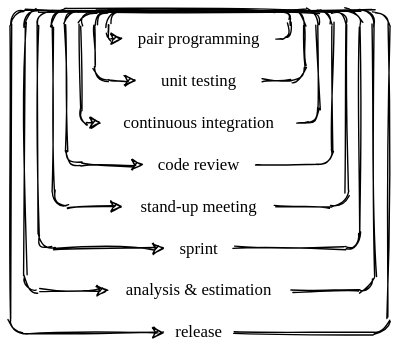
Above: src/process/feedback-loops.svg in gvwilson/buildtogether.tech (draw.io), before the change. Source tidied: cells renumbered, new cells last; positions are measured from the earlier drawing's top-left corner, leaving out a move shared by most shapes.
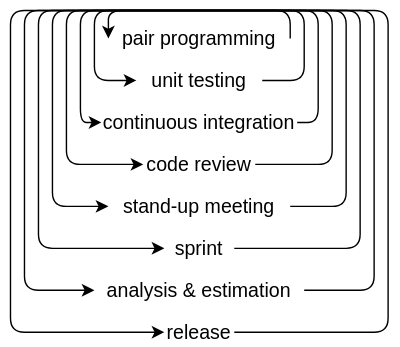
Later version of the same file.

Diff of the diagram source:
```diff
@@ -2,31 +2,31 @@
   <root>
     <mxCell id="0" />
     <mxCell id="1" parent="0" />
-    <mxCell id="2" value="pair programming" style="text;html=1;strokeColor=none;fillColor=none;align=center;verticalAlign=middle;whiteSpace=wrap;rounded=0;fontFamily=Comic Sans MS;" parent="1" vertex="1">
-      <mxGeometry x="80" y="10" width="110" height="20" as="geometry" />
+    <mxCell id="2" value="pair programming" style="text;html=1;strokeColor=none;fillColor=none;align=center;verticalAlign=middle;whiteSpace=wrap;rounded=0;fontFamily=Helvetica;fontSize=14;" parent="1" vertex="1">
+      <mxGeometry x="70" y="10" width="130" height="20" as="geometry" />
     </mxCell>
-    <mxCell id="3" value="unit testing" style="text;html=1;strokeColor=none;fillColor=none;align=center;verticalAlign=middle;whiteSpace=wrap;rounded=0;fontFamily=Comic Sans MS;" parent="1" vertex="1">
+    <mxCell id="3" value="unit testing" style="text;html=1;strokeColor=none;fillColor=none;align=center;verticalAlign=middle;whiteSpace=wrap;rounded=0;fontFamily=Helvetica;fontSize=14;" parent="1" vertex="1">
       <mxGeometry x="90" y="40" width="90" height="20" as="geometry" />
     </mxCell>
-    <mxCell id="4" value="continuous integration" style="text;html=1;strokeColor=none;fillColor=none;align=center;verticalAlign=middle;whiteSpace=wrap;rounded=0;fontFamily=Comic Sans MS;" parent="1" vertex="1">
+    <mxCell id="4" value="continuous integration" style="text;html=1;strokeColor=none;fillColor=none;align=center;verticalAlign=middle;whiteSpace=wrap;rounded=0;fontFamily=Helvetica;fontSize=14;" parent="1" vertex="1">
       <mxGeometry x="65" y="70" width="140" height="20" as="geometry" />
     </mxCell>
-    <mxCell id="5" value="code review" style="text;html=1;strokeColor=none;fillColor=none;align=center;verticalAlign=middle;whiteSpace=wrap;rounded=0;fontFamily=Comic Sans MS;" parent="1" vertex="1">
+    <mxCell id="5" value="code review" style="text;html=1;strokeColor=none;fillColor=none;align=center;verticalAlign=middle;whiteSpace=wrap;rounded=0;fontFamily=Helvetica;fontSize=14;" parent="1" vertex="1">
       <mxGeometry x="95" y="100" width="80" height="20" as="geometry" />
     </mxCell>
-    <mxCell id="6" value="stand-up meeting" style="text;html=1;strokeColor=none;fillColor=none;align=center;verticalAlign=middle;whiteSpace=wrap;rounded=0;fontFamily=Comic Sans MS;" parent="1" vertex="1">
-      <mxGeometry x="80" y="130" width="110" height="20" as="geometry" />
+    <mxCell id="6" value="stand-up meeting" style="text;html=1;strokeColor=none;fillColor=none;align=center;verticalAlign=middle;whiteSpace=wrap;rounded=0;fontFamily=Helvetica;fontSize=14;" parent="1" vertex="1">
+      <mxGeometry x="70" y="130" width="130" height="20" as="geometry" />
     </mxCell>
-    <mxCell id="7" value="sprint" style="text;html=1;strokeColor=none;fillColor=none;align=center;verticalAlign=middle;whiteSpace=wrap;rounded=0;fontFamily=Comic Sans MS;" parent="1" vertex="1">
+    <mxCell id="7" value="sprint" style="text;html=1;strokeColor=none;fillColor=none;align=center;verticalAlign=middle;whiteSpace=wrap;rounded=0;fontFamily=Helvetica;fontSize=14;" parent="1" vertex="1">
       <mxGeometry x="110" y="160" width="50" height="20" as="geometry" />
     </mxCell>
-    <mxCell id="8" value="analysis &amp;amp; estimation" style="text;html=1;strokeColor=none;fillColor=none;align=center;verticalAlign=middle;whiteSpace=wrap;rounded=0;fontFamily=Comic Sans MS;" parent="1" vertex="1">
-      <mxGeometry x="70" y="190" width="130" height="20" as="geometry" />
+    <mxCell id="8" value="analysis &amp;amp; estimation" style="text;html=1;strokeColor=none;fillColor=none;align=center;verticalAlign=middle;whiteSpace=wrap;rounded=0;fontFamily=Helvetica;fontSize=14;" parent="1" vertex="1">
+      <mxGeometry x="60" y="190" width="150" height="20" as="geometry" />
     </mxCell>
-    <mxCell id="9" value="release" style="text;html=1;strokeColor=none;fillColor=none;align=center;verticalAlign=middle;whiteSpace=wrap;rounded=0;fontFamily=Comic Sans MS;" parent="1" vertex="1">
+    <mxCell id="9" value="release" style="text;html=1;strokeColor=none;fillColor=none;align=center;verticalAlign=middle;whiteSpace=wrap;rounded=0;fontFamily=Helvetica;fontSize=14;" parent="1" vertex="1">
       <mxGeometry x="110" y="220" width="50" height="20" as="geometry" />
     </mxCell>
-    <mxCell id="10" style="endArrow=classic;html=1;fontFamily=Comic Sans MS;sketch=1;exitX=1;exitY=0.5;exitDx=0;exitDy=0;entryX=0;entryY=0.5;entryDx=0;entryDy=0;" parent="1" edge="1" source="2" target="2">
+    <mxCell id="10" style="endArrow=classic;html=1;fontFamily=Helvetica;exitX=1;exitY=0.5;exitDx=0;exitDy=0;entryX=0;entryY=0.5;entryDx=0;entryDy=0;fontSize=14;" parent="1" edge="1" source="2" target="2">
       <mxGeometry relative="1" as="geometry">
         <Array as="points">
           <mxPoint x="200" y="20" />
@@ -36,7 +36,7 @@
         </Array>
       </mxGeometry>
     </mxCell>
-    <mxCell id="11" style="endArrow=classic;html=1;fontFamily=Comic Sans MS;sketch=1;exitX=1;exitY=0.5;exitDx=0;exitDy=0;entryX=0;entryY=0.5;entryDx=0;entryDy=0;" parent="1" edge="1" source="3" target="3">
+    <mxCell id="11" style="endArrow=classic;html=1;fontFamily=Helvetica;exitX=1;exitY=0.5;exitDx=0;exitDy=0;entryX=0;entryY=0.5;entryDx=0;entryDy=0;fontSize=14;" parent="1" edge="1" source="3" target="3">
       <mxGeometry relative="1" as="geometry">
         <Array as="points">
           <mxPoint x="210" y="50" />
@@ -46,7 +46,7 @@
         </Array>
       </mxGeometry>
     </mxCell>
-    <mxCell id="12" style="endArrow=classic;html=1;fontFamily=Comic Sans MS;sketch=1;exitX=1;exitY=0.5;exitDx=0;exitDy=0;entryX=0;entryY=0.5;entryDx=0;entryDy=0;" parent="1" edge="1" source="4" target="4">
+    <mxCell id="12" style="endArrow=classic;html=1;fontFamily=Helvetica;exitX=1;exitY=0.5;exitDx=0;exitDy=0;entryX=0;entryY=0.5;entryDx=0;entryDy=0;fontSize=14;" parent="1" edge="1" source="4" target="4">
       <mxGeometry relative="1" as="geometry">
         <Array as="points">
           <mxPoint x="220" y="80" />
@@ -56,7 +56,7 @@
         </Array>
       </mxGeometry>
     </mxCell>
-    <mxCell id="13" style="endArrow=classic;html=1;fontFamily=Comic Sans MS;sketch=1;exitX=1;exitY=0.5;exitDx=0;exitDy=0;entryX=0;entryY=0.5;entryDx=0;entryDy=0;" parent="1" edge="1" source="5" target="5">
+    <mxCell id="13" style="endArrow=classic;html=1;fontFamily=Helvetica;exitX=1;exitY=0.5;exitDx=0;exitDy=0;entryX=0;entryY=0.5;entryDx=0;entryDy=0;fontSize=14;" parent="1" edge="1" source="5" target="5">
       <mxGeometry relative="1" as="geometry">
         <Array as="points">
           <mxPoint x="230" y="110" />
@@ -66,7 +66,7 @@
         </Array>
       </mxGeometry>
     </mxCell>
-    <mxCell id="14" style="endArrow=classic;html=1;fontFamily=Comic Sans MS;sketch=1;exitX=1;exitY=0.5;exitDx=0;exitDy=0;entryX=0;entryY=0.5;entryDx=0;entryDy=0;" parent="1" edge="1" source="6" target="6">
+    <mxCell id="14" style="endArrow=classic;html=1;fontFamily=Helvetica;exitX=1;exitY=0.5;exitDx=0;exitDy=0;entryX=0;entryY=0.5;entryDx=0;entryDy=0;fontSize=14;" parent="1" edge="1" source="6" target="6">
       <mxGeometry relative="1" as="geometry">
         <Array as="points">
           <mxPoint x="240" y="140" />
@@ -76,7 +76,7 @@
         </Array>
       </mxGeometry>
     </mxCell>
-    <mxCell id="15" style="endArrow=classic;html=1;fontFamily=Comic Sans MS;sketch=1;exitX=1;exitY=0.5;exitDx=0;exitDy=0;entryX=0;entryY=0.5;entryDx=0;entryDy=0;" parent="1" edge="1" source="7" target="7">
+    <mxCell id="15" style="endArrow=classic;html=1;fontFamily=Helvetica;exitX=1;exitY=0.5;exitDx=0;exitDy=0;entryX=0;entryY=0.5;entryDx=0;entryDy=0;fontSize=14;" parent="1" edge="1" source="7" target="7">
       <mxGeometry relative="1" as="geometry">
         <Array as="points">
           <mxPoint x="250" y="170" />
@@ -86,7 +86,7 @@
         </Array>
       </mxGeometry>
     </mxCell>
-    <mxCell id="16" style="endArrow=classic;html=1;fontFamily=Comic Sans MS;sketch=1;exitX=1;exitY=0.5;exitDx=0;exitDy=0;entryX=0;entryY=0.5;entryDx=0;entryDy=0;" parent="1" edge="1" source="8" target="8">
+    <mxCell id="16" style="endArrow=classic;html=1;fontFamily=Helvetica;exitX=1;exitY=0.5;exitDx=0;exitDy=0;entryX=0;entryY=0.5;entryDx=0;entryDy=0;fontSize=14;" parent="1" edge="1" source="8" target="8">
       <mxGeometry relative="1" as="geometry">
         <Array as="points">
           <mxPoint x="260" y="200" />
@@ -96,7 +96,7 @@
         </Array>
       </mxGeometry>
     </mxCell>
-    <mxCell id="17" style="endArrow=classic;html=1;fontFamily=Comic Sans MS;sketch=1;exitX=1;exitY=0.5;exitDx=0;exitDy=0;entryX=0;entryY=0.5;entryDx=0;entryDy=0;" parent="1" edge="1" source="9" target="9">
+    <mxCell id="17" style="endArrow=classic;html=1;fontFamily=Helvetica;exitX=1;exitY=0.5;exitDx=0;exitDy=0;entryX=0;entryY=0.5;entryDx=0;entryDy=0;fontSize=14;" parent="1" edge="1" source="9" target="9">
       <mxGeometry relative="1" as="geometry">
         <Array as="points">
           <mxPoint x="270" y="230" />
```
